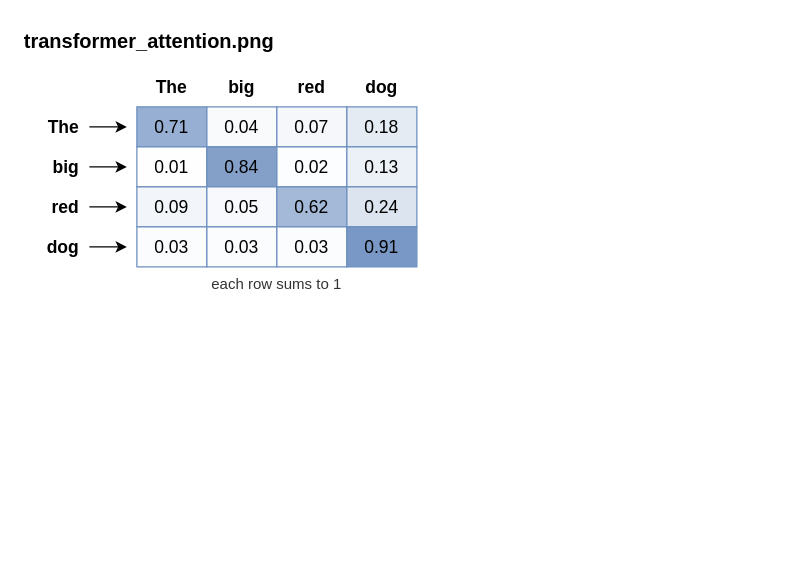
Above: assets/learning-from-sequences/learning-from-sequences.drawio in brunomaga/brunomaga.github.io (draw.io), before the change. Source tidied: cells renumbered, new cells numbered last; positions are measured from the earlier drawing's top-left corner, leaving out a move shared by most shapes. Both pictures are drawn from the tidied source at 125%, with x=0, y=0 at pixel (21, 21).
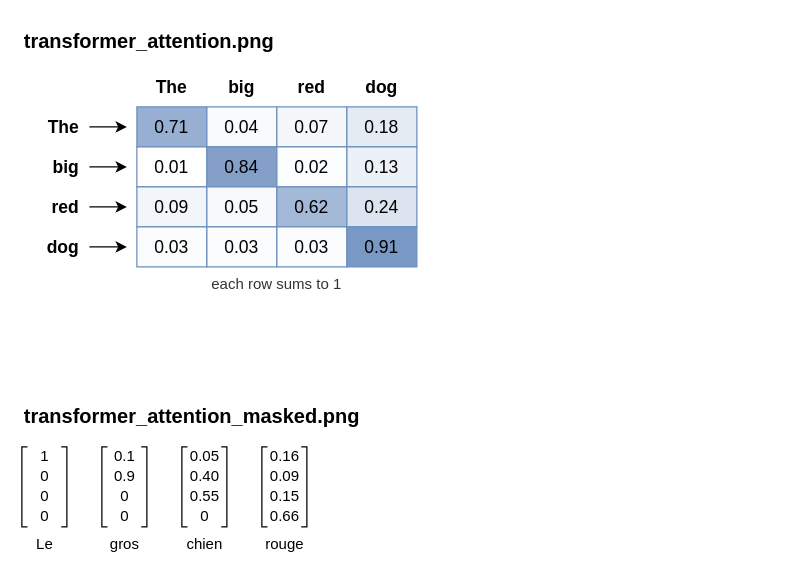
After the change.

Commit message (it also covers changes not shown here):
Recolour four figures and redraw the masked attention vectors as SVG

Change to the diagram source:
```diff
@@
+    <mxCell id="33" value="transformer_attention_masked.png" style="text;html=1;align=left;verticalAlign=middle;fontStyle=1;fontSize=16;" parent="1" vertex="1">
+      <mxGeometry y="300" width="600" height="30" as="geometry" />
+    </mxCell>
+    <mxCell id="34" style="group;" parent="1" vertex="1">
+      <mxGeometry y="340" width="228" height="86" as="geometry" />
+    </mxCell>
+    <mxCell id="35" style="shape=partialRectangle;html=1;fillColor=none;strokeColor=#000000;right=0;" parent="34" vertex="1">
+      <mxGeometry width="4" height="64" as="geometry" />
+    </mxCell>
+    <mxCell id="36" style="shape=partialRectangle;html=1;fillColor=none;strokeColor=#000000;left=0;" parent="34" vertex="1">
+      <mxGeometry x="32" width="4" height="64" as="geometry" />
+    </mxCell>
+    <mxCell id="37" value="1" style="text;html=1;align=center;verticalAlign=middle;strokeColor=none;fillColor=none;fontFamily=Helvetica;fontSize=12;" parent="34" vertex="1">
+      <mxGeometry x="4" width="28" height="16" as="geometry" />
+    </mxCell>
+    <mxCell id="38" value="0" style="text;html=1;align=center;verticalAlign=middle;strokeColor=none;fillColor=none;fontFamily=Helvetica;fontSize=12;" parent="34" vertex="1">
+      <mxGeometry x="4" y="16" width="28" height="16" as="geometry" />
+    </mxCell>
+    <mxCell id="39" value="0" style="text;html=1;align=center;verticalAlign=middle;strokeColor=none;fillColor=none;fontFamily=Helvetica;fontSize=12;" parent="34" vertex="1">
+      <mxGeometry x="4" y="32" width="28" height="16" as="geometry" />
+    </mxCell>
+    <mxCell id="40" value="0" style="text;html=1;align=center;verticalAlign=middle;strokeColor=none;fillColor=none;fontFamily=Helvetica;fontSize=12;" parent="34" vertex="1">
+      <mxGeometry x="4" y="48" width="28" height="16" as="geometry" />
+    </mxCell>
+    <mxCell id="41" value="Le" style="text;html=1;align=center;verticalAlign=middle;strokeColor=none;fillColor=none;fontFamily=Helvetica;fontSize=12;" parent="34" vertex="1">
+      <mxGeometry y="70" width="36" height="16" as="geometry" />
+    </mxCell>
+    <mxCell id="42" style="shape=partialRectangle;html=1;fillColor=none;strokeColor=#000000;right=0;" parent="34" vertex="1">
+      <mxGeometry x="64" width="4" height="64" as="geometry" />
+    </mxCell>
+    <mxCell id="43" style="shape=partialRectangle;html=1;fillColor=none;strokeColor=#000000;left=0;" parent="34" vertex="1">
+      <mxGeometry x="96" width="4" height="64" as="geometry" />
+    </mxCell>
+    <mxCell id="44" value="0.1" style="text;html=1;align=center;verticalAlign=middle;strokeColor=none;fillColor=none;fontFamily=Helvetica;fontSize=12;" parent="34" vertex="1">
+      <mxGeometry x="68" width="28" height="16" as="geometry" />
+    </mxCell>
+    <mxCell id="45" value="0.9" style="text;html=1;align=center;verticalAlign=middle;strokeColor=none;fillColor=none;fontFamily=Helvetica;fontSize=12;" parent="34" vertex="1">
+      <mxGeometry x="68" y="16" width="28" height="16" as="geometry" />
+    </mxCell>
+    <mxCell id="46" value="0" style="text;html=1;align=center;verticalAlign=middle;strokeColor=none;fillColor=none;fontFamily=Helvetica;fontSize=12;" parent="34" vertex="1">
+      <mxGeometry x="68" y="32" width="28" height="16" as="geometry" />
+    </mxCell>
+    <mxCell id="47" value="0" style="text;html=1;align=center;verticalAlign=middle;strokeColor=none;fillColor=none;fontFamily=Helvetica;fontSize=12;" parent="34" vertex="1">
+      <mxGeometry x="68" y="48" width="28" height="16" as="geometry" />
+    </mxCell>
+    <mxCell id="48" value="gros" style="text;html=1;align=center;verticalAlign=middle;strokeColor=none;fillColor=none;fontFamily=Helvetica;fontSize=12;" parent="34" vertex="1">
+      <mxGeometry x="64" y="70" width="36" height="16" as="geometry" />
+    </mxCell>
+    <mxCell id="49" style="shape=partialRectangle;html=1;fillColor=none;strokeColor=#000000;right=0;" parent="34" vertex="1">
+      <mxGeometry x="128" width="4" height="64" as="geometry" />
+    </mxCell>
+    <mxCell id="50" style="shape=partialRectangle;html=1;fillColor=none;strokeColor=#000000;left=0;" parent="34" vertex="1">
+      <mxGeometry x="160" width="4" height="64" as="geometry" />
+    </mxCell>
+    <mxCell id="51" value="0.05" style="text;html=1;align=center;verticalAlign=middle;strokeColor=none;fillColor=none;fontFamily=Helvetica;fontSize=12;" parent="34" vertex="1">
+      <mxGeometry x="132" width="28" height="16" as="geometry" />
+    </mxCell>
+    <mxCell id="52" value="0.40" style="text;html=1;align=center;verticalAlign=middle;strokeColor=none;fillColor=none;fontFamily=Helvetica;fontSize=12;" parent="34" vertex="1">
+      <mxGeometry x="132" y="16" width="28" height="16" as="geometry" />
+    </mxCell>
+    <mxCell id="53" value="0.55" style="text;html=1;align=center;verticalAlign=middle;strokeColor=none;fillColor=none;fontFamily=Helvetica;fontSize=12;" parent="34" vertex="1">
+      <mxGeometry x="132" y="32" width="28" height="16" as="geometry" />
+    </mxCell>
+    <mxCell id="54" value="0" style="text;html=1;align=center;verticalAlign=middle;strokeColor=none;fillColor=none;fontFamily=Helvetica;fontSize=12;" parent="34" vertex="1">
+      <mxGeometry x="132" y="48" width="28" height="16" as="geometry" />
+    </mxCell>
+    <mxCell id="55" value="chien" style="text;html=1;align=center;verticalAlign=middle;strokeColor=none;fillColor=none;fontFamily=Helvetica;fontSize=12;" parent="34" vertex="1">
+      <mxGeometry x="128" y="70" width="36" height="16" as="geometry" />
+    </mxCell>
+    <mxCell id="56" style="shape=partialRectangle;html=1;fillColor=none;strokeColor=#000000;right=0;" parent="34" vertex="1">
+      <mxGeometry x="192" width="4" height="64" as="geometry" />
+    </mxCell>
+    <mxCell id="57" style="shape=partialRectangle;html=1;fillColor=none;strokeColor=#000000;left=0;" parent="34" vertex="1">
+      <mxGeometry x="224" width="4" height="64" as="geometry" />
+    </mxCell>
+    <mxCell id="58" value="0.16" style="text;html=1;align=center;verticalAlign=middle;strokeColor=none;fillColor=none;fontFamily=Helvetica;fontSize=12;" parent="34" vertex="1">
+      <mxGeometry x="196" width="28" height="16" as="geometry" />
+    </mxCell>
+    <mxCell id="59" value="0.09" style="text;html=1;align=center;verticalAlign=middle;strokeColor=none;fillColor=none;fontFamily=Helvetica;fontSize=12;" parent="34" vertex="1">
+      <mxGeometry x="196" y="16" width="28" height="16" as="geometry" />
+    </mxCell>
+    <mxCell id="60" value="0.15" style="text;html=1;align=center;verticalAlign=middle;strokeColor=none;fillColor=none;fontFamily=Helvetica;fontSize=12;" parent="34" vertex="1">
+      <mxGeometry x="196" y="32" width="28" height="16" as="geometry" />
+    </mxCell>
+    <mxCell id="61" value="0.66" style="text;html=1;align=center;verticalAlign=middle;strokeColor=none;fillColor=none;fontFamily=Helvetica;fontSize=12;" parent="34" vertex="1">
+      <mxGeometry x="196" y="48" width="28" height="16" as="geometry" />
+    </mxCell>
+    <mxCell id="62" value="rouge" style="text;html=1;align=center;verticalAlign=middle;strokeColor=none;fillColor=none;fontFamily=Helvetica;fontSize=12;" parent="34" vertex="1">
+      <mxGeometry x="192" y="70" width="36" height="16" as="geometry" />
+    </mxCell>
```
